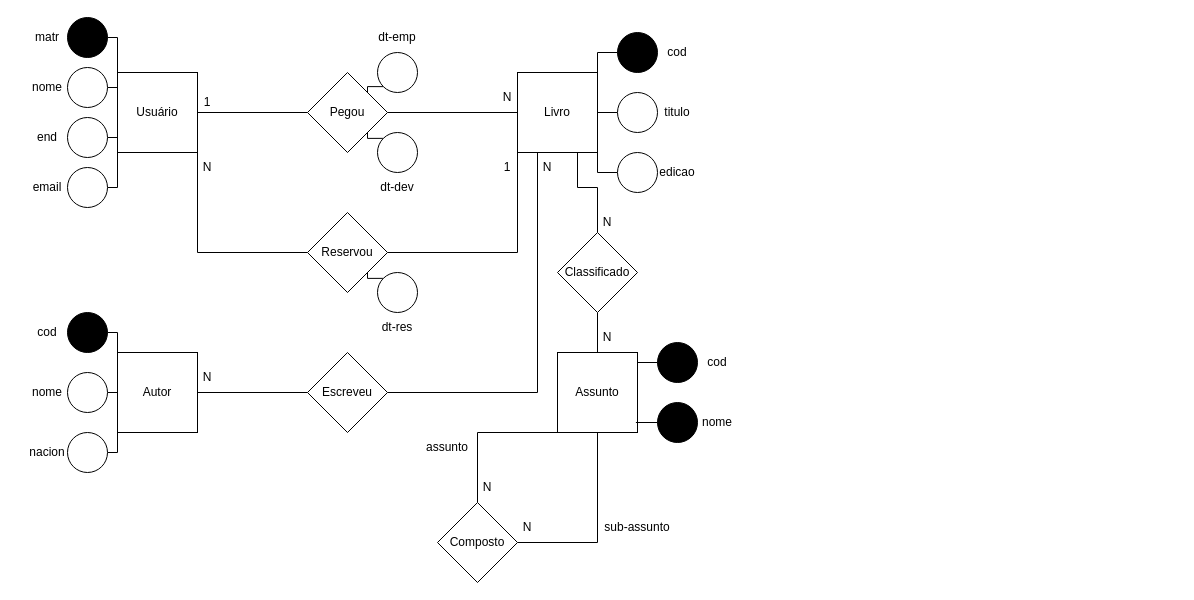
Above: Esquema Relacional.drawio in Aliel101/Aliel101-Atividades (draw.io), before the change. Source tidied: cells renumbered, new cells numbered last; positions are measured from the earlier drawing's top-left corner, leaving out a move shared by most shapes. Both pictures are drawn from the tidied source at 100%, with x=0, y=0 at pixel (17, 17).
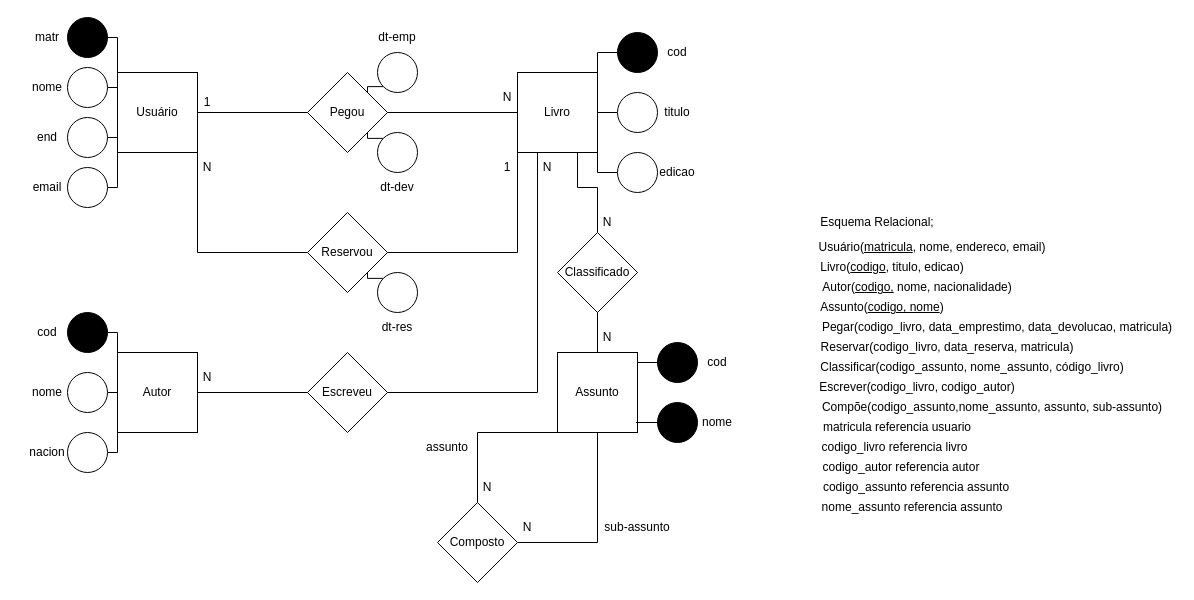
The same diagram, later.

The edit, as a diff of the source:
```diff
@@
+    <mxCell id="78" value="Esquema Relacional;" style="text;html=1;align=center;verticalAlign=middle;whiteSpace=wrap;rounded=0;" parent="1" vertex="1">
+      <mxGeometry x="800" y="195" width="120" height="20" as="geometry" />
+    </mxCell>
+    <mxCell id="79" value="Usuário(&lt;u&gt;matricula&lt;/u&gt;, nome, endereco, email)" style="text;html=1;align=center;verticalAlign=middle;whiteSpace=wrap;rounded=0;" parent="1" vertex="1">
+      <mxGeometry x="800" y="215" width="230" height="30" as="geometry" />
+    </mxCell>
+    <mxCell id="80" value="Livro(&lt;u&gt;codigo&lt;/u&gt;, titulo, edicao)" style="text;html=1;align=center;verticalAlign=middle;whiteSpace=wrap;rounded=0;" parent="1" vertex="1">
+      <mxGeometry x="800" y="235" width="150" height="30" as="geometry" />
+    </mxCell>
+    <mxCell id="81" value="Autor(&lt;u&gt;codigo,&lt;/u&gt; nome, nacionalidade)" style="text;html=1;align=center;verticalAlign=middle;whiteSpace=wrap;rounded=0;" parent="1" vertex="1">
+      <mxGeometry x="800" y="255" width="200" height="30" as="geometry" />
+    </mxCell>
+    <mxCell id="82" value="Assunto(&lt;u&gt;codigo, nome&lt;/u&gt;)" style="text;html=1;align=center;verticalAlign=middle;whiteSpace=wrap;rounded=0;" parent="1" vertex="1">
+      <mxGeometry x="800" y="275" width="130" height="30" as="geometry" />
+    </mxCell>
+    <mxCell id="83" value="Pegar(codigo_livro, data_emprestimo, data_devolucao, matricula)" style="text;html=1;align=center;verticalAlign=middle;whiteSpace=wrap;rounded=0;" parent="1" vertex="1">
+      <mxGeometry x="800" y="295" width="360" height="30" as="geometry" />
+    </mxCell>
+    <mxCell id="84" value="Reservar(codigo_livro, data_reserva, matricula)" style="text;html=1;align=center;verticalAlign=middle;whiteSpace=wrap;rounded=0;" parent="1" vertex="1">
+      <mxGeometry x="800" y="315" width="260" height="30" as="geometry" />
+    </mxCell>
+    <mxCell id="85" value="Escrever(codigo_livro, codigo_autor)" style="text;html=1;align=center;verticalAlign=middle;whiteSpace=wrap;rounded=0;" parent="1" vertex="1">
+      <mxGeometry x="800" y="355" width="200" height="30" as="geometry" />
+    </mxCell>
+    <mxCell id="86" value="Compõe(codigo_assunto,nome_assunto, assunto, sub-assunto)" style="text;html=1;align=center;verticalAlign=middle;whiteSpace=wrap;rounded=0;" parent="1" vertex="1">
+      <mxGeometry x="800" y="375" width="350" height="30" as="geometry" />
+    </mxCell>
+    <mxCell id="87" value="Classificar(codigo_assunto, nome_assunto, código_livro)" style="text;html=1;align=center;verticalAlign=middle;whiteSpace=wrap;rounded=0;" parent="1" vertex="1">
+      <mxGeometry x="800" y="335" width="310" height="30" as="geometry" />
+    </mxCell>
+    <mxCell id="88" value="matricula referencia usuario" style="text;html=1;align=center;verticalAlign=middle;whiteSpace=wrap;rounded=0;" parent="1" vertex="1">
+      <mxGeometry x="800" y="395" width="160" height="30" as="geometry" />
+    </mxCell>
+    <mxCell id="89" value="codigo_livro referencia livro" style="text;html=1;align=center;verticalAlign=middle;whiteSpace=wrap;rounded=0;" parent="1" vertex="1">
+      <mxGeometry x="800" y="415" width="155" height="30" as="geometry" />
+    </mxCell>
+    <mxCell id="90" value="codigo_autor referencia autor" style="text;html=1;align=center;verticalAlign=middle;whiteSpace=wrap;rounded=0;" parent="1" vertex="1">
+      <mxGeometry x="800" y="435" width="167.5" height="30" as="geometry" />
+    </mxCell>
+    <mxCell id="91" value="codigo_assunto referencia assunto" style="text;html=1;align=center;verticalAlign=middle;whiteSpace=wrap;rounded=0;" parent="1" vertex="1">
+      <mxGeometry x="800" y="455" width="197.5" height="30" as="geometry" />
+    </mxCell>
+    <mxCell id="92" value="nome_assunto referencia assunto" style="text;html=1;align=center;verticalAlign=middle;whiteSpace=wrap;rounded=0;" parent="1" vertex="1">
+      <mxGeometry x="800" y="475" width="190" height="30" as="geometry" />
+    </mxCell>
```
